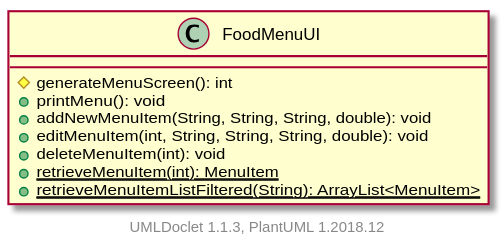
itachi1706/How-to-use-Git-NTUSCSE1819-Site keeps this PlantUML diagram as projects/oodp/html/umlversion/uml/sg.edu.ntu.scse.cz2002.ui.FoodMenuUI.svg. Above is the earlier version.
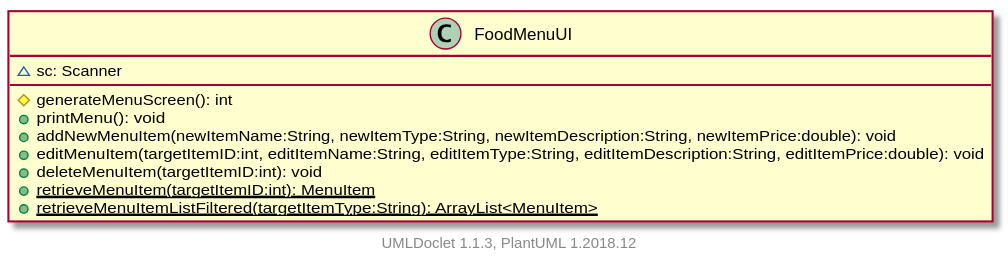
After the change.

Diff of the diagram source:
```diff
@@ -1,13 +1,14 @@
 @startuml
 
-    class FoodMenuUI {
+    class FoodMenuUI [[../sg/edu/ntu/scse/cz2002/ui/FoodMenuUI.html]] {
+        ~sc: Scanner
         #generateMenuScreen(): int
         +printMenu(): void
-        +addNewMenuItem(String, String, String, double): void
-        +editMenuItem(int, String, String, String, double): void
-        +deleteMenuItem(int): void
-        {static} +retrieveMenuItem(int): MenuItem
-        {static} +retrieveMenuItemListFiltered(String): ArrayList<MenuItem>
+        +addNewMenuItem(newItemName:String, newItemType:String, newItemDescription:String, newItemPrice:double): void
+        +editMenuItem(targetItemID:int, editItemName:String, editItemType:String, editItemDescription:String, editItemPrice:double): void
+        +deleteMenuItem(targetItemID:int): void
+        {static} +retrieveMenuItem(targetItemID:int): MenuItem
+        {static} +retrieveMenuItemListFiltered(targetItemType:String): ArrayList<MenuItem>
     }
 
 
```
